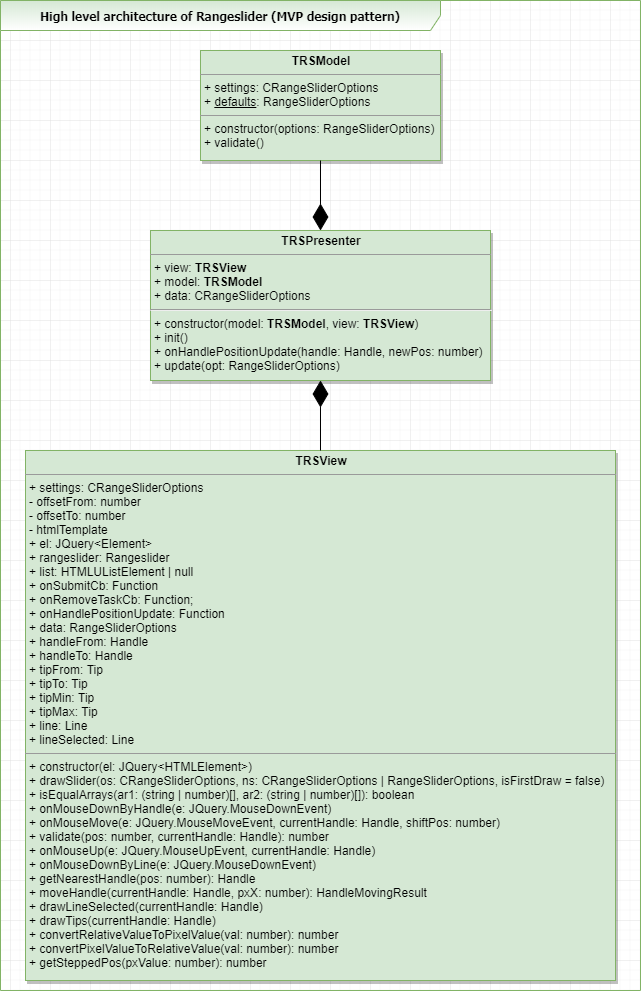
Earlier version of the draw.io export UML/mvp.png (wirwl/ToxinRangeSlider). Source tidied: cells renumbered, new cells last; positions are measured from the earlier drawing's top-left corner, leaving out a move shared by most shapes. Source of this version:
```xml
<mxGraphModel background="#ffffff">
  <root>
    <mxCell id="0" />
    <mxCell id="1" parent="0" />
    <mxCell id="2" value="High level architecture of Rangeslider (MVP design pattern)" style="shape=umlFrame;whiteSpace=wrap;html=1;width=440;height=30;fillColor=#d5e8d4;strokeColor=#82b366;swimlaneFillColor=none;shadow=0;comic=0;fontStyle=1;fontFamily=Tahoma;gradientColor=#ffffff;" parent="1" vertex="1">
      <mxGeometry width="640" height="990" as="geometry" />
    </mxCell>
    <mxCell id="3" value="&lt;p style=&quot;margin: 0px ; margin-top: 4px ; text-align: center&quot;&gt;&lt;b&gt;TRSModel&lt;/b&gt;&lt;/p&gt;&lt;hr size=&quot;1&quot;&gt;&lt;p style=&quot;margin: 0px ; margin-left: 4px&quot;&gt;+ settings: CRangeSliderOptions&lt;/p&gt;&lt;p style=&quot;margin: 0px ; margin-left: 4px&quot;&gt;+ &lt;u&gt;defaults&lt;/u&gt;: RangeSliderOptions&lt;/p&gt;&lt;hr size=&quot;1&quot;&gt;&lt;p style=&quot;margin: 0px ; margin-left: 4px&quot;&gt;+ constructor(options: RangeSliderOptions)&lt;/p&gt;&lt;p style=&quot;margin: 0px ; margin-left: 4px&quot;&gt;+ validate()&lt;/p&gt;" style="verticalAlign=top;align=left;overflow=fill;fontSize=12;fontFamily=Helvetica;html=1;shadow=1;comic=0;labelBackgroundColor=none;strokeColor=#82b366;strokeWidth=1;fillColor=#d5e8d4;" parent="1" vertex="1">
      <mxGeometry x="200" y="50" width="240" height="110" as="geometry" />
    </mxCell>
    <mxCell id="4" value="&lt;p style=&quot;margin: 0px ; margin-top: 4px ; text-align: center&quot;&gt;&lt;b&gt;TRSView&lt;/b&gt;&lt;/p&gt;&lt;hr size=&quot;1&quot;&gt;&lt;p style=&quot;margin: 0px ; margin-left: 4px&quot;&gt;+ settings: CRangeSliderOptions&lt;/p&gt;&lt;p style=&quot;margin: 0px ; margin-left: 4px&quot;&gt;- offsetFrom: number&lt;/p&gt;&lt;p style=&quot;margin: 0px ; margin-left: 4px&quot;&gt;- offsetTo: number&lt;/p&gt;&lt;p style=&quot;margin: 0px ; margin-left: 4px&quot;&gt;- htmlTemplate&lt;/p&gt;&lt;p style=&quot;margin: 0px ; margin-left: 4px&quot;&gt;+ el: JQuery&amp;lt;Element&amp;gt;&lt;/p&gt;&lt;p style=&quot;margin: 0px ; margin-left: 4px&quot;&gt;+ rangeslider: Rangeslider&lt;/p&gt;&lt;p style=&quot;margin: 0px ; margin-left: 4px&quot;&gt;+ list: HTMLUListElement | null&lt;/p&gt;&lt;p style=&quot;margin: 0px ; margin-left: 4px&quot;&gt;+ onSubmitCb: Function&lt;/p&gt;&lt;p style=&quot;margin: 0px ; margin-left: 4px&quot;&gt;+ onRemoveTaskCb: Function;&lt;/p&gt;&lt;p style=&quot;margin: 0px ; margin-left: 4px&quot;&gt;+ onHandlePositionUpdate: Function&lt;/p&gt;&lt;p style=&quot;margin: 0px ; margin-left: 4px&quot;&gt;+ data: RangeSliderOptions&lt;/p&gt;&lt;p style=&quot;margin: 0px ; margin-left: 4px&quot;&gt;+ handleFrom: Handle&lt;/p&gt;&lt;p style=&quot;margin: 0px ; margin-left: 4px&quot;&gt;+ handleTo: Handle&lt;/p&gt;&lt;p style=&quot;margin: 0px ; margin-left: 4px&quot;&gt;+ tipFrom: Tip&lt;/p&gt;&lt;p style=&quot;margin: 0px ; margin-left: 4px&quot;&gt;+ tipTo: Tip&lt;/p&gt;&lt;p style=&quot;margin: 0px ; margin-left: 4px&quot;&gt;+ tipMin: Tip&lt;/p&gt;&lt;p style=&quot;margin: 0px ; margin-left: 4px&quot;&gt;+ tipMax: Tip&lt;/p&gt;&lt;p style=&quot;margin: 0px ; margin-left: 4px&quot;&gt;+ line: Line&lt;/p&gt;&lt;p style=&quot;margin: 0px ; margin-left: 4px&quot;&gt;+ lineSelected: Line&lt;/p&gt;&lt;hr size=&quot;1&quot;&gt;&lt;p style=&quot;margin: 0px ; margin-left: 4px&quot;&gt;+ constructor(el: JQuery&amp;lt;HTMLElement&amp;gt;)&lt;/p&gt;&lt;p style=&quot;margin: 0px ; margin-left: 4px&quot;&gt;+ drawSlider(os: CRangeSliderOptions, ns: CRangeSliderOptions | RangeSliderOptions, isFirstDraw = false)&lt;/p&gt;&lt;p style=&quot;margin: 0px ; margin-left: 4px&quot;&gt;+ isEqualArrays(ar1: (string | number)[], ar2: (string | number)[]): boolean&lt;/p&gt;&lt;p style=&quot;margin: 0px ; margin-left: 4px&quot;&gt;+ onMouseDownByHandle(e: JQuery.MouseDownEvent)&lt;/p&gt;&lt;p style=&quot;margin: 0px ; margin-left: 4px&quot;&gt;+ onMouseMove(e: JQuery.MouseMoveEvent, currentHandle: Handle, shiftPos: number)&lt;/p&gt;&lt;p style=&quot;margin: 0px ; margin-left: 4px&quot;&gt;+ validate(pos: number, currentHandle: Handle): number&lt;/p&gt;&lt;p style=&quot;margin: 0px ; margin-left: 4px&quot;&gt;+ onMouseUp(e: JQuery.MouseUpEvent, currentHandle: Handle)&lt;/p&gt;&lt;p style=&quot;margin: 0px ; margin-left: 4px&quot;&gt;+ onMouseDownByLine(e: JQuery.MouseDownEvent)&lt;/p&gt;&lt;p style=&quot;margin: 0px ; margin-left: 4px&quot;&gt;+ getNearestHandle(pos: number): Handle&lt;/p&gt;&lt;p style=&quot;margin: 0px ; margin-left: 4px&quot;&gt;+ moveHandle(currentHandle: Handle, pxX: number): HandleMovingResult&lt;/p&gt;&lt;p style=&quot;margin: 0px ; margin-left: 4px&quot;&gt;+ drawLineSelected(currentHandle: Handle)&lt;/p&gt;&lt;p style=&quot;margin: 0px ; margin-left: 4px&quot;&gt;+ drawTips(currentHandle: Handle)&lt;/p&gt;&lt;p style=&quot;margin: 0px ; margin-left: 4px&quot;&gt;+ convertRelativeValueToPixelValue(val: number): number&lt;/p&gt;&lt;p style=&quot;margin: 0px ; margin-left: 4px&quot;&gt;+ convertPixelValueToRelativeValue(val: number): number&lt;/p&gt;&lt;p style=&quot;margin: 0px ; margin-left: 4px&quot;&gt;+ getSteppedPos(pxValue: number): number&lt;/p&gt;" style="verticalAlign=top;align=left;overflow=fill;fontSize=12;fontFamily=Helvetica;html=1;shadow=1;comic=0;labelBackgroundColor=none;strokeColor=#82b366;strokeWidth=1;fillColor=#d5e8d4;" parent="1" vertex="1">
      <mxGeometry x="25" y="450" width="590" height="530" as="geometry" />
    </mxCell>
    <mxCell id="5" value="&lt;p style=&quot;margin: 0px ; margin-top: 4px ; text-align: center&quot;&gt;&lt;b&gt;TRSPresenter&lt;/b&gt;&lt;/p&gt;&lt;hr size=&quot;1&quot;&gt;&lt;p style=&quot;margin: 0px ; margin-left: 4px&quot;&gt;+ view: &lt;b&gt;TRSView&lt;/b&gt;&lt;/p&gt;&lt;p style=&quot;margin: 0px ; margin-left: 4px&quot;&gt;+ model: &lt;b&gt;TRSModel&lt;/b&gt;&lt;/p&gt;&lt;p style=&quot;margin: 0px ; margin-left: 4px&quot;&gt;+ data: CRangeSliderOptions&lt;/p&gt;&lt;hr id=&quot;null&quot;&gt;&lt;p style=&quot;margin: 0px ; margin-left: 4px&quot;&gt;+ constructor(model: &lt;b&gt;TRSModel&lt;/b&gt;, view: &lt;b&gt;TRSView&lt;/b&gt;)&lt;/p&gt;&lt;p style=&quot;margin: 0px ; margin-left: 4px&quot;&gt;+ init()&lt;/p&gt;&lt;p style=&quot;margin: 0px ; margin-left: 4px&quot;&gt;+ onHandlePositionUpdate(handle: Handle, newPos: number)&lt;/p&gt;&lt;p style=&quot;margin: 0px ; margin-left: 4px&quot;&gt;+ update(opt: RangeSliderOptions)&lt;/p&gt;" style="verticalAlign=top;align=left;overflow=fill;fontSize=12;fontFamily=Helvetica;html=1;shadow=1;comic=0;labelBackgroundColor=none;strokeColor=#82b366;strokeWidth=1;fillColor=#d5e8d4;" parent="1" vertex="1">
      <mxGeometry x="150" y="230" width="340" height="150" as="geometry" />
    </mxCell>
    <mxCell id="6" style="endArrow=diamondThin;endFill=1;endSize=24;html=1;shadow=0;labelBackgroundColor=none;fontFamily=Tahoma;fontSize=11;align=left;exitX=0.5;exitY=1;exitDx=0;exitDy=0;" parent="1" edge="1" source="3" target="5">
      <mxGeometry relative="1" as="geometry" />
    </mxCell>
    <mxCell id="7" style="endArrow=diamondThin;endFill=1;endSize=24;html=1;shadow=0;labelBackgroundColor=none;fontFamily=Tahoma;fontSize=11;align=left;exitX=0.5;exitY=0;exitDx=0;exitDy=0;entryX=0.5;entryY=1;entryDx=0;entryDy=0;" parent="1" edge="1" source="4" target="5">
      <mxGeometry relative="1" as="geometry" />
    </mxCell>
  </root>
</mxGraphModel>
```
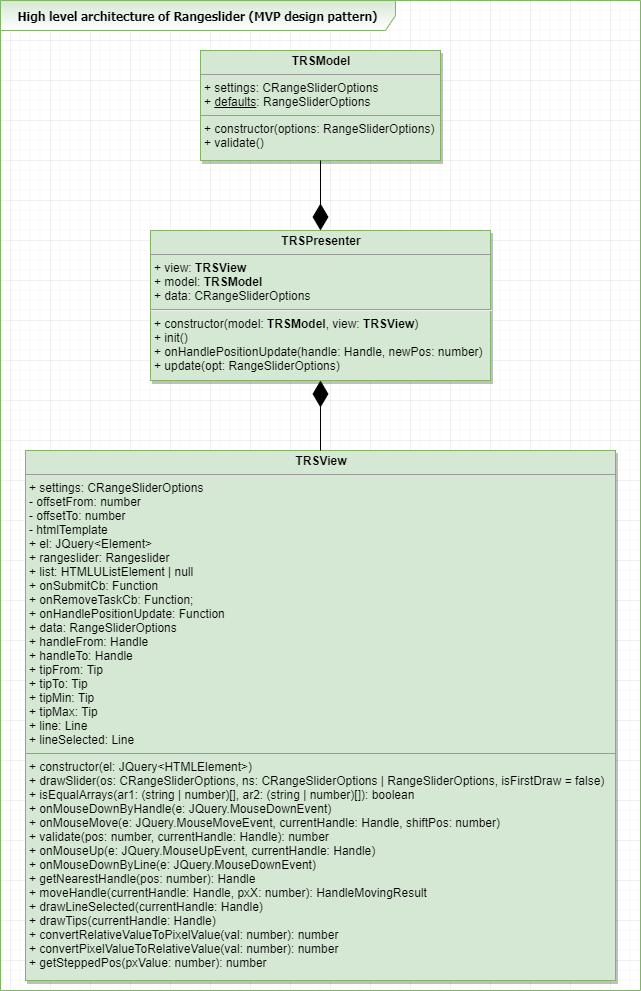
Later version of the same file.

Commit message:
Reupload some diagrams in UML folder

Change to the diagram source:
```diff
@@ -2,7 +2,7 @@
   <root>
     <mxCell id="0" />
     <mxCell id="1" parent="0" />
-    <mxCell id="2" value="High level architecture of Rangeslider (MVP design pattern)" style="shape=umlFrame;whiteSpace=wrap;html=1;width=440;height=30;fillColor=#d5e8d4;strokeColor=#82b366;swimlaneFillColor=none;shadow=0;comic=0;fontStyle=1;fontFamily=Tahoma;gradientColor=#ffffff;" parent="1" vertex="1">
+    <mxCell id="2" value="High level architecture of Rangeslider (MVP design pattern)" style="shape=umlFrame;whiteSpace=wrap;html=1;width=395;height=30;fillColor=#d5e8d4;strokeColor=#82b366;swimlaneFillColor=none;shadow=0;comic=0;fontStyle=1;fontFamily=Tahoma;gradientColor=#ffffff;" parent="1" vertex="1">
       <mxGeometry width="640" height="990" as="geometry" />
     </mxCell>
     <mxCell id="3" value="&lt;p style=&quot;margin: 0px ; margin-top: 4px ; text-align: center&quot;&gt;&lt;b&gt;TRSModel&lt;/b&gt;&lt;/p&gt;&lt;hr size=&quot;1&quot;&gt;&lt;p style=&quot;margin: 0px ; margin-left: 4px&quot;&gt;+ settings: CRangeSliderOptions&lt;/p&gt;&lt;p style=&quot;margin: 0px ; margin-left: 4px&quot;&gt;+ &lt;u&gt;defaults&lt;/u&gt;: RangeSliderOptions&lt;/p&gt;&lt;hr size=&quot;1&quot;&gt;&lt;p style=&quot;margin: 0px ; margin-left: 4px&quot;&gt;+ constructor(options: RangeSliderOptions)&lt;/p&gt;&lt;p style=&quot;margin: 0px ; margin-left: 4px&quot;&gt;+ validate()&lt;/p&gt;" style="verticalAlign=top;align=left;overflow=fill;fontSize=12;fontFamily=Helvetica;html=1;shadow=1;comic=0;labelBackgroundColor=none;strokeColor=#82b366;strokeWidth=1;fillColor=#d5e8d4;" parent="1" vertex="1">
```
